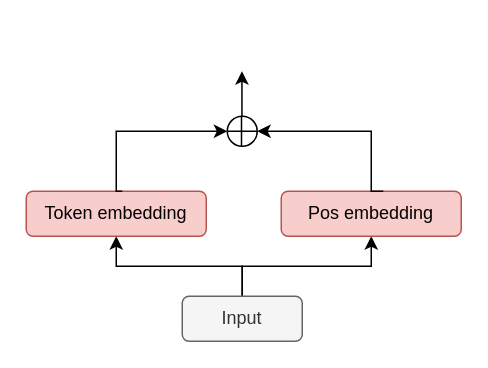
Before: 3.2.2令牌嵌入.drawio in Gleiphir2769/my-draw, a draw.io diagram. Source tidied: cells renumbered, new cells numbered last; positions are measured from the earlier drawing's top-left corner, leaving out a move shared by most shapes. Both pictures are drawn from the tidied source at 150%, with x=0, y=0 at pixel (26, 70).
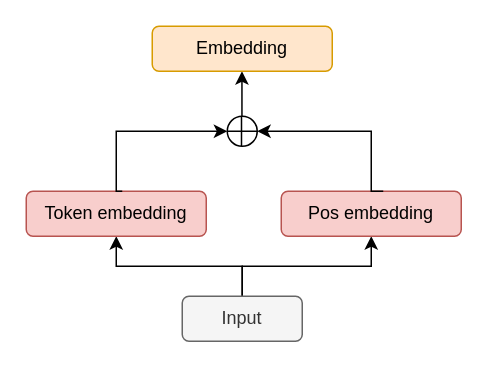
The same diagram, later.

Commit message (it also covers changes not shown here):
更新3.2.2令牌嵌入.drawio

Change to the diagram source:
```diff
@@
+    <mxCell id="14" value="Embedding" style="rounded=1;whiteSpace=wrap;html=1;fillColor=#ffe6cc;strokeColor=#d79b00;" parent="1" vertex="1">
+      <mxGeometry x="84" y="-30" width="120" height="30" as="geometry" />
+    </mxCell>
```
